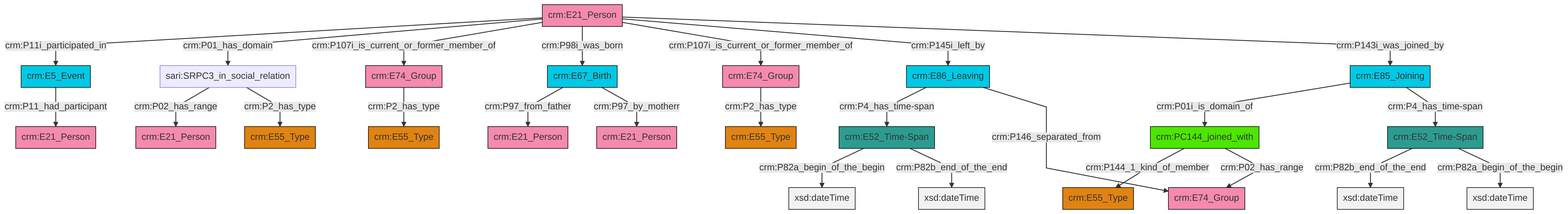
Before: et/personCSV/ttl/mmd/png/Person_Actor_Relations.png, a diagram exported from Mermaid (swiss-art-research-net/docs.swissartresearch). Its source is kept beside it as et/personCSV/ttl/mmd/Person_Actor_Relations.ttl.mmd.
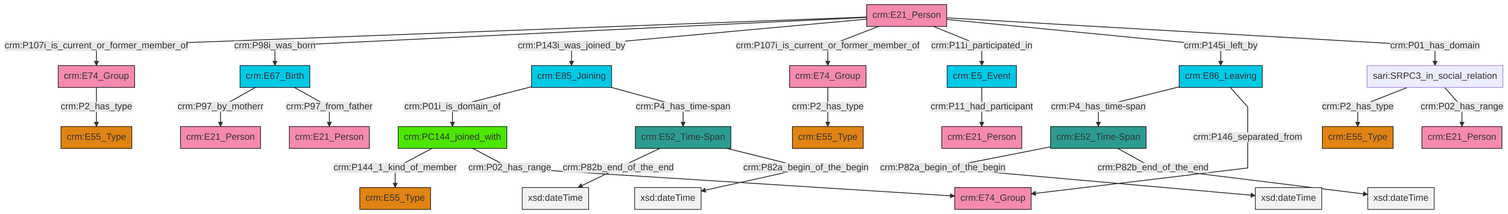
After the commit.

The edit, as a diff of the source:
```diff
@@ -13,27 +13,27 @@
 classDef PC_Classes fill:#4ce600, stroke:#000000;
 classDef Multi fill:#cccccc,stroke:#000000;
 
-0["crm:E21_Person"]:::Actor -->|crm:P11i_participated_in| 1["crm:E5_Event"]:::Temporal_Entity
-0["crm:E21_Person"]:::Actor -->|crm:P01_has_domain| 2["sari:SRPC3_in_social_relation"]:::Default
-0["crm:E21_Person"]:::Actor -->|crm:P107i_is_current_or_former_member_of| 3["crm:E74_Group"]:::Actor
-3["crm:E74_Group"]:::Actor -->|crm:P2_has_type| 4["crm:E55_Type"]:::Type
-6["crm:E52_Time-Span"]:::Time-Span -->|crm:P82b_end_of_the_end| 7[xsd:dateTime]:::Literal
-0["crm:E21_Person"]:::Actor -->|crm:P98i_was_born| 8["crm:E67_Birth"]:::Temporal_Entity
-1["crm:E5_Event"]:::Temporal_Entity -->|crm:P11_had_participant| 9["crm:E21_Person"]:::Actor
-10["crm:PC144_joined_with"]:::PC_Classes -->|crm:P144_1_kind_of_member| 11["crm:E55_Type"]:::Type
-6["crm:E52_Time-Span"]:::Time-Span -->|crm:P82a_begin_of_the_begin| 12[xsd:dateTime]:::Literal
-10["crm:PC144_joined_with"]:::PC_Classes -->|crm:P02_has_range| 15["crm:E74_Group"]:::Actor
-21["crm:E52_Time-Span"]:::Time-Span -->|crm:P82a_begin_of_the_begin| 22[xsd:dateTime]:::Literal
-23["crm:E86_Leaving"]:::Temporal_Entity -->|crm:P4_has_time-span| 21["crm:E52_Time-Span"]:::Time-Span
-8["crm:E67_Birth"]:::Temporal_Entity -->|crm:P97_from_father| 28["crm:E21_Person"]:::Actor
-8["crm:E67_Birth"]:::Temporal_Entity -->|crm:P97_by_motherr| 30["crm:E21_Person"]:::Actor
-0["crm:E21_Person"]:::Actor -->|crm:P107i_is_current_or_former_member_of| 16["crm:E74_Group"]:::Actor
-0["crm:E21_Person"]:::Actor -->|crm:P145i_left_by| 23["crm:E86_Leaving"]:::Temporal_Entity
-0["crm:E21_Person"]:::Actor -->|crm:P143i_was_joined_by| 19["crm:E85_Joining"]:::Temporal_Entity
-19["crm:E85_Joining"]:::Temporal_Entity -->|crm:P01i_is_domain_of| 10["crm:PC144_joined_with"]:::PC_Classes
-2["sari:SRPC3_in_social_relation"]:::Default -->|crm:P02_has_range| 13["crm:E21_Person"]:::Actor
-2["sari:SRPC3_in_social_relation"]:::Default -->|crm:P2_has_type| 37["crm:E55_Type"]:::Type
-19["crm:E85_Joining"]:::Temporal_Entity -->|crm:P4_has_time-span| 6["crm:E52_Time-Span"]:::Time-Span
-16["crm:E74_Group"]:::Actor -->|crm:P2_has_type| 35["crm:E55_Type"]:::Type
-21["crm:E52_Time-Span"]:::Time-Span -->|crm:P82b_end_of_the_end| 44[xsd:dateTime]:::Literal
-23["crm:E86_Leaving"]:::Temporal_Entity -->|crm:P146_separated_from| 15["crm:E74_Group"]:::Actor
+2["crm:E67_Birth"]:::Temporal_Entity -->|crm:P97_by_motherr| 3["crm:E21_Person"]:::Actor
+8["crm:E85_Joining"]:::Temporal_Entity -->|crm:P01i_is_domain_of| 9["crm:PC144_joined_with"]:::PC_Classes
+2["crm:E67_Birth"]:::Temporal_Entity -->|crm:P97_from_father| 10["crm:E21_Person"]:::Actor
+8["crm:E85_Joining"]:::Temporal_Entity -->|crm:P4_has_time-span| 11["crm:E52_Time-Span"]:::Time-Span
+16["sari:SRPC3_in_social_relation"]:::Default -->|crm:P2_has_type| 17["crm:E55_Type"]:::Type
+19["crm:E21_Person"]:::Actor -->|crm:P107i_is_current_or_former_member_of| 0["crm:E74_Group"]:::Actor
+20["crm:E86_Leaving"]:::Temporal_Entity -->|crm:P4_has_time-span| 4["crm:E52_Time-Span"]:::Time-Span
+9["crm:PC144_joined_with"]:::PC_Classes -->|crm:P144_1_kind_of_member| 14["crm:E55_Type"]:::Type
+0["crm:E74_Group"]:::Actor -->|crm:P2_has_type| 12["crm:E55_Type"]:::Type
+27["crm:E5_Event"]:::Temporal_Entity -->|crm:P11_had_participant| 31["crm:E21_Person"]:::Actor
+19["crm:E21_Person"]:::Actor -->|crm:P98i_was_born| 2["crm:E67_Birth"]:::Temporal_Entity
+19["crm:E21_Person"]:::Actor -->|crm:P143i_was_joined_by| 8["crm:E85_Joining"]:::Temporal_Entity
+11["crm:E52_Time-Span"]:::Time-Span -->|crm:P82b_end_of_the_end| 34[xsd:dateTime]:::Literal
+9["crm:PC144_joined_with"]:::PC_Classes -->|crm:P02_has_range| 32["crm:E74_Group"]:::Actor
+19["crm:E21_Person"]:::Actor -->|crm:P107i_is_current_or_former_member_of| 23["crm:E74_Group"]:::Actor
+4["crm:E52_Time-Span"]:::Time-Span -->|crm:P82a_begin_of_the_begin| 38[xsd:dateTime]:::Literal
+11["crm:E52_Time-Span"]:::Time-Span -->|crm:P82a_begin_of_the_begin| 39[xsd:dateTime]:::Literal
+19["crm:E21_Person"]:::Actor -->|crm:P11i_participated_in| 27["crm:E5_Event"]:::Temporal_Entity
+4["crm:E52_Time-Span"]:::Time-Span -->|crm:P82b_end_of_the_end| 44[xsd:dateTime]:::Literal
+16["sari:SRPC3_in_social_relation"]:::Default -->|crm:P02_has_range| 6["crm:E21_Person"]:::Actor
+20["crm:E86_Leaving"]:::Temporal_Entity -->|crm:P146_separated_from| 32["crm:E74_Group"]:::Actor
+19["crm:E21_Person"]:::Actor -->|crm:P145i_left_by| 20["crm:E86_Leaving"]:::Temporal_Entity
+19["crm:E21_Person"]:::Actor -->|crm:P01_has_domain| 16["sari:SRPC3_in_social_relation"]:::Default
+23["crm:E74_Group"]:::Actor -->|crm:P2_has_type| 21["crm:E55_Type"]:::Type
```
